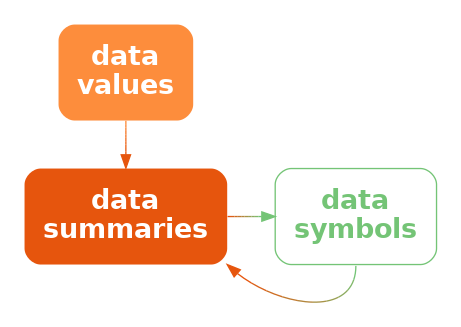
This is Diagrams/stat-sym-decode.png from pmur002/hdvw, a Graphviz export, as it was before one commit. Its source is kept beside it as Diagrams/stat-sym-decode.dot.
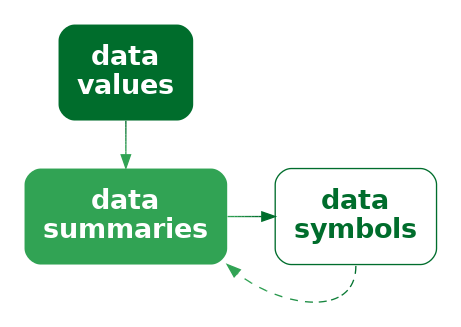
The same diagram one commit later.

Diff of the diagram source:
```diff
@@ -1,12 +1,12 @@
 digraph {
   graph [ rankdir=LR; margin=.2; nodesep=.5 ];
   node [ fontsize=20; fontname="sans bold"; margin=.2 ];
-  data [ label="data\nvalues"; shape=box; style="filled, rounded"; penwidth=0; fontcolor=white; fillcolor="#FD8D3C" ]
-  stat [ label="data\nsummaries"; shape=box; style="filled, rounded"; penwidth=0; fontcolor=white; fillcolor="#E6550D" ]
+  data [ label="data\nvalues"; shape=box; style="filled, rounded"; penwidth=0; fontcolor=white; fillcolor="#006D2C" ]
+  stat [ label="data\nsummaries"; shape=box; style="filled, rounded"; penwidth=0; fontcolor=white; fillcolor="#31A354" ]
   sym [ label="data\nsymbols"; shape=box;
-     style="rounded"; color="#74C476"; fontcolor="#74C476" ]
-  data -> stat [ style="solid"; penwidth=1; color="#FD8D3C;0.1:#FA8737;0.1:#F88132;0.1:#F57A2C;0.1:#F37427;0.1:#F06E22;0.1:#EE681D;0.1:#EB6117;0.1:#E95B12;0.1:#E6550D;0.1" ]
-  stat -> sym [ style="bold"; penwidth=1; color="#E6550D;0.1:#D96119;0.1:#CD6E24;0.1:#C07A30;0.1:#B3863C;0.1:#A79347;0.1:#9A9F53;0.1:#8DAB5F;0.1:#81B86A;0.1:#74C476;0.1" ]
-  sym:s -> stat:se [ style="solid", color="#74C476;0.1:#81B86A;0.1:#8DAB5F;0.1:#9A9F53;0.1:#A79347;0.1:#B3863C;0.1:#C07A30;0.1:#CD6E24;0.1:#D96119;0.1:#E6550D;0.1" ]
+     style="rounded"; color="#006D2C"; fontcolor="#006D2C" ]
+  data -> stat [ style="solid"; penwidth=1; color="#006D2C;0.1:#057330;0.1:#0B7935;0.1:#107F39;0.1:#16853E;0.1:#1B8B42;0.1:#219147;0.1:#26974B;0.1:#2C9D50;0.1:#31A354;0.1" ]
+  stat -> sym [ style="bold"; penwidth=1; color="#31A354;0.1:#2C9D50;0.1:#26974B;0.1:#219147;0.1:#1B8B42;0.1:#16853E;0.1:#107F39;0.1:#0B7935;0.1:#057330;0.1:#006D2C;0.1" ]
+  sym:s -> stat:se [ style="dashed", color="#006D2C;0.1:#057330;0.1:#0B7935;0.1:#107F39;0.1:#16853E;0.1:#1B8B42;0.1:#219147;0.1:#26974B;0.1:#2C9D50;0.1:#31A354;0.1" ]
 { rank=same; data, stat }
 }
```
